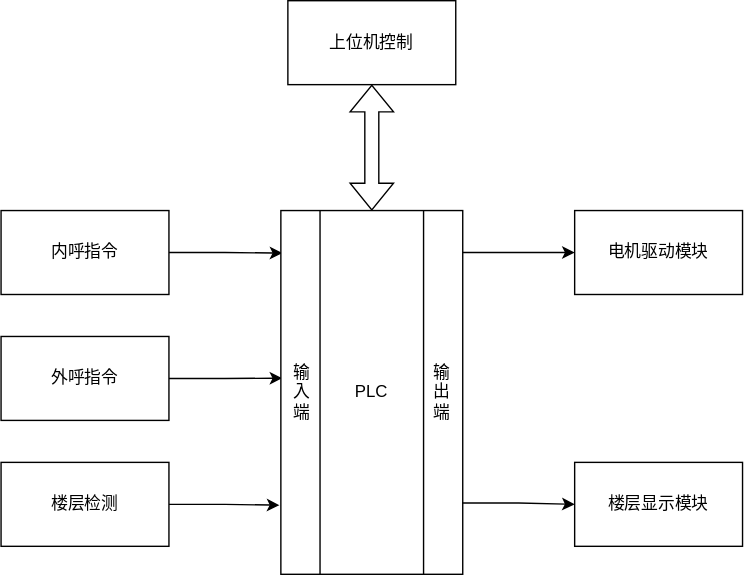
The draw.io diagram Draw.io/PLC控制的四层电梯硬件框图.svg in InoryLwc/ConfigRepo, before a commit. Source tidied: cells renumbered, new cells last; positions are measured from the earlier drawing's top-left corner, leaving out a move shared by most shapes.
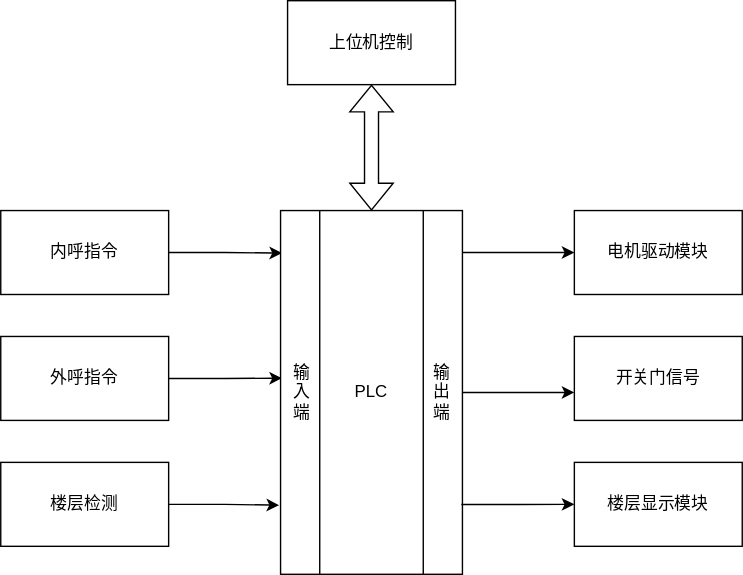
The same file after the commit.

Commit message:
更新PLC控制的四层电梯硬件框图.svg

The edit, as a diff of the source:
```diff
@@ -46,7 +46,7 @@
         </Array>
       </mxGeometry>
     </mxCell>
-    <mxCell id="15" style="edgeStyle=orthogonalEdgeStyle;rounded=0;jettySize=auto;html=1;exitX=0.997;exitY=0.804;exitDx=0;exitDy=0;entryX=0;entryY=0.5;entryDx=0;entryDy=0;exitPerimeter=0;" parent="1" edge="1" source="11" target="7">
+    <mxCell id="15" style="edgeStyle=orthogonalEdgeStyle;rounded=0;jettySize=auto;html=1;exitX=0.994;exitY=0.808;exitDx=0;exitDy=0;exitPerimeter=0;entryX=0;entryY=0.5;entryDx=0;entryDy=0;" parent="1" edge="1" source="11" target="7">
       <mxGeometry relative="1" as="geometry" />
     </mxCell>
     <mxCell id="16" value="上位机控制" style="rounded=0;whiteSpace=wrap;html=1;" parent="1" vertex="1">
@@ -55,5 +55,13 @@
     <mxCell id="17" style="shape=flexArrow;endArrow=classic;startArrow=classic;html=1;rounded=0;entryX=0.5;entryY=1;entryDx=0;entryDy=0;exitX=0.5;exitY=0;exitDx=0;exitDy=0;" parent="1" edge="1" source="11" target="16">
       <mxGeometry relative="1" as="geometry" />
     </mxCell>
+    <mxCell id="18" value="开关门信号" style="rounded=0;whiteSpace=wrap;html=1;" parent="1" vertex="1">
+      <mxGeometry x="410" y="240" width="120" height="60" as="geometry" />
+    </mxCell>
+    <mxCell id="19" style="edgeStyle=orthogonalEdgeStyle;rounded=0;jettySize=auto;html=1;" parent="1" edge="1" source="11">
+      <mxGeometry relative="1" as="geometry">
+        <mxPoint x="410" y="280" as="targetPoint" />
+      </mxGeometry>
+    </mxCell>
   </root>
 </mxGraphModel>
```
